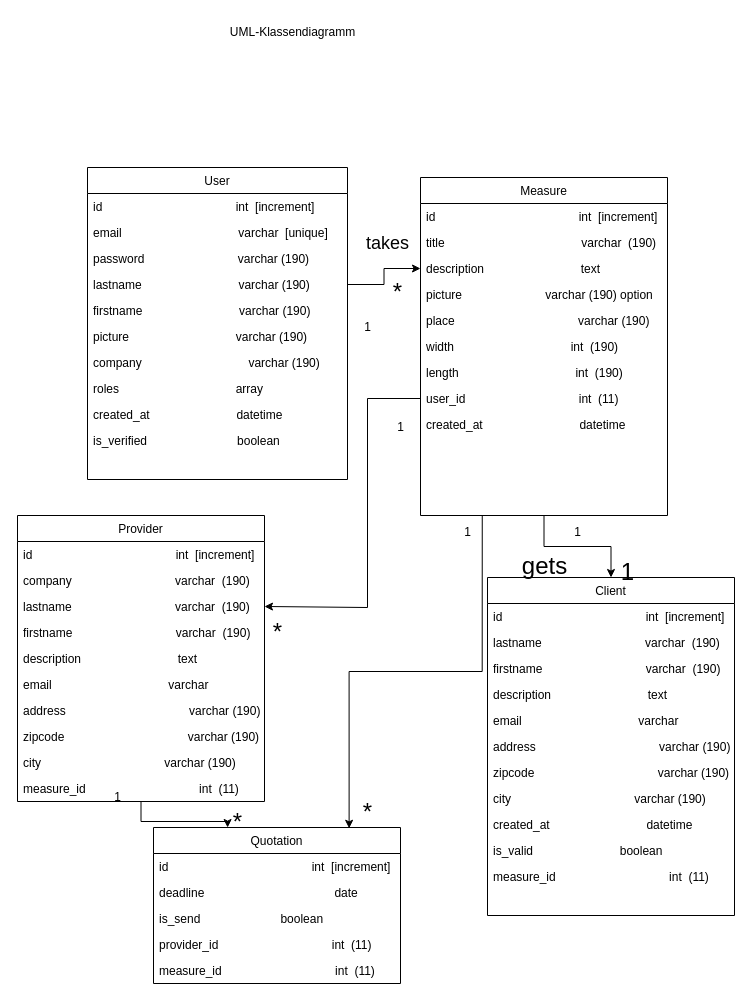
cyrisa02/diagrammes-UML keeps this draw.io diagram as vermessung_raumen/UML-Klassendiagramm .drawio. Above is the earlier version. Source tidied: cells renumbered, new cells numbered last; positions are measured from the earlier drawing's top-left corner, leaving out a move shared by most shapes. Both pictures are drawn from the tidied source at 100%, with x=0, y=0 at pixel (17, 17).
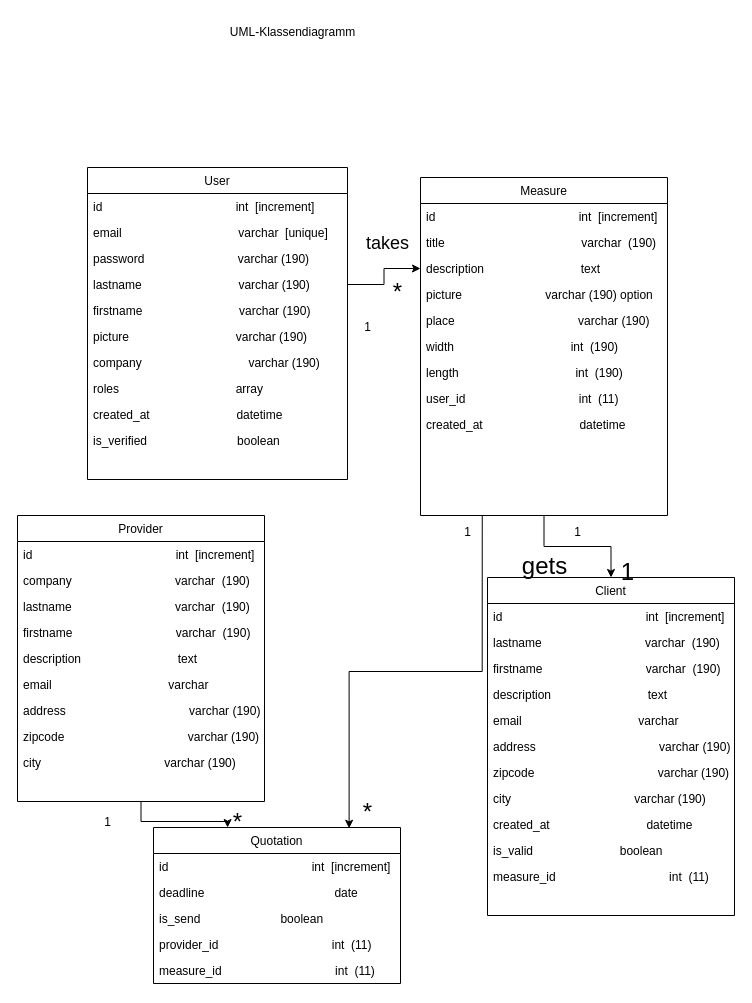
The same page after the edit.

Commit message:
Mettre à jour UML-Klassendiagramm .drawio

The change refers to these unchanged cells:
```xml
<mxCell id="23" value="user_id                                  int  (11)" style="text;align=left;verticalAlign=top;spacingLeft=4;spacingRight=4;overflow=hidden;points=[[0,0.5],[1,0.5]];portConstraint=eastwest;" parent="15" vertex="1">
  <mxGeometry y="208" width="247" height="26" as="geometry" />
</mxCell>
<mxCell id="46" value="Provider" style="swimlane;fontStyle=0;align=center;verticalAlign=top;horizontal=1;startSize=26;rounded=0;shadow=0;strokeWidth=1;" parent="1" vertex="1">
  <mxGeometry y="498" width="247" height="286" as="geometry" />
</mxCell>
<mxCell id="49" value="lastname                               varchar  (190)" style="text;align=left;verticalAlign=top;spacingLeft=4;spacingRight=4;overflow=hidden;points=[[0,0.5],[1,0.5]];portConstraint=eastwest;" parent="46" vertex="1">
  <mxGeometry y="78" width="247" height="26" as="geometry" />
</mxCell>
```

What changed in the source:
```diff
@@
-    <mxCell id="56" value="measure_id                                  int  (11)" style="text;align=left;verticalAlign=top;spacingLeft=4;spacingRight=4;overflow=hidden;" parent="46" vertex="1">
-      <mxGeometry y="260" width="247" height="26" as="geometry" />
-    </mxCell>
-    <mxCell id="57" style="edgeStyle=orthogonalEdgeStyle;rounded=0;jettySize=auto;html=1;exitX=0;exitY=0.5;exitDx=0;exitDy=0;entryX=1;entryY=0.5;entryDx=0;entryDy=0;fontSize=24;" parent="1" edge="1" source="23" target="49">
-      <mxGeometry relative="1" as="geometry">
-        <Array as="points">
-          <mxPoint x="350" y="381" />
-          <mxPoint x="350" y="590" />
-          <mxPoint x="247" y="590" />
-        </Array>
-      </mxGeometry>
-    </mxCell>
@@
     <mxCell id="67" value="1" style="text;html=1;align=center;verticalAlign=middle;fillColor=none;strokeColor=none;rounded=0;" parent="1" vertex="1">
-      <mxGeometry x="90" y="770" width="20" height="20" as="geometry" />
+      <mxGeometry x="80" y="795" width="20" height="20" as="geometry" />
     </mxCell>
-    <mxCell id="68" value="*" style="text;html=1;align=center;verticalAlign=middle;fillColor=none;strokeColor=none;rounded=0;fontSize=24;" parent="1" vertex="1">
-      <mxGeometry x="250" y="600" width="20" height="30" as="geometry" />
-    </mxCell>
-    <mxCell id="69" value="1" style="text;html=1;align=center;verticalAlign=middle;fillColor=none;strokeColor=none;rounded=0;" parent="1" vertex="1">
-      <mxGeometry x="373" y="400" width="20" height="20" as="geometry" />
-    </mxCell>
```
